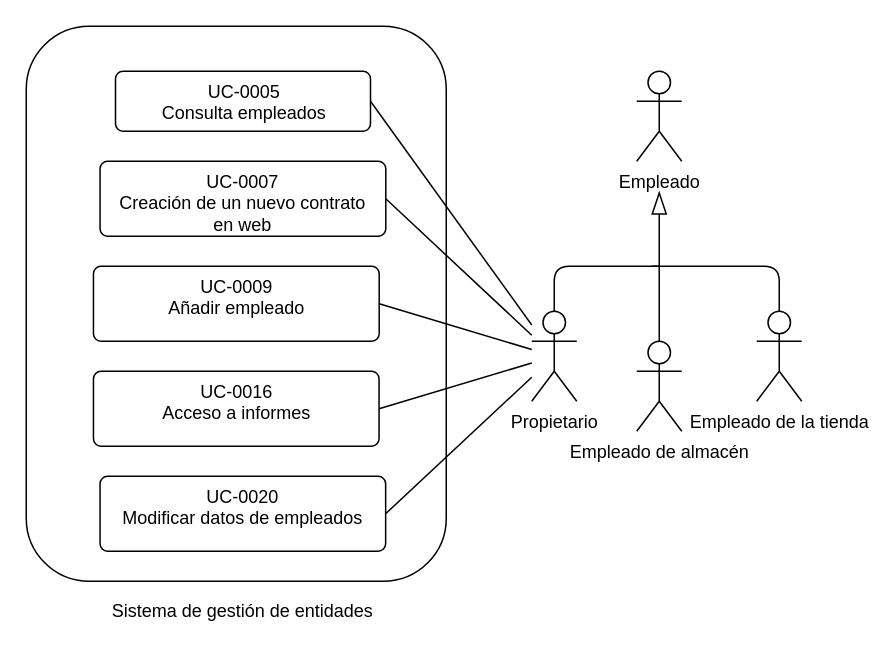
Before: page "Page-4" (4 of 4) of diagramas/diagramas de casos de uso/diagramasCasosDeUso.drawio in felipescalera/Proyecto-IR, a draw.io diagram. Source tidied: cells renumbered, new cells numbered last; positions are measured from the earlier drawing's top-left corner, leaving out a move shared by most shapes. Both pictures are drawn from the tidied source at 150%, with x=0, y=0 at pixel (26, 26).
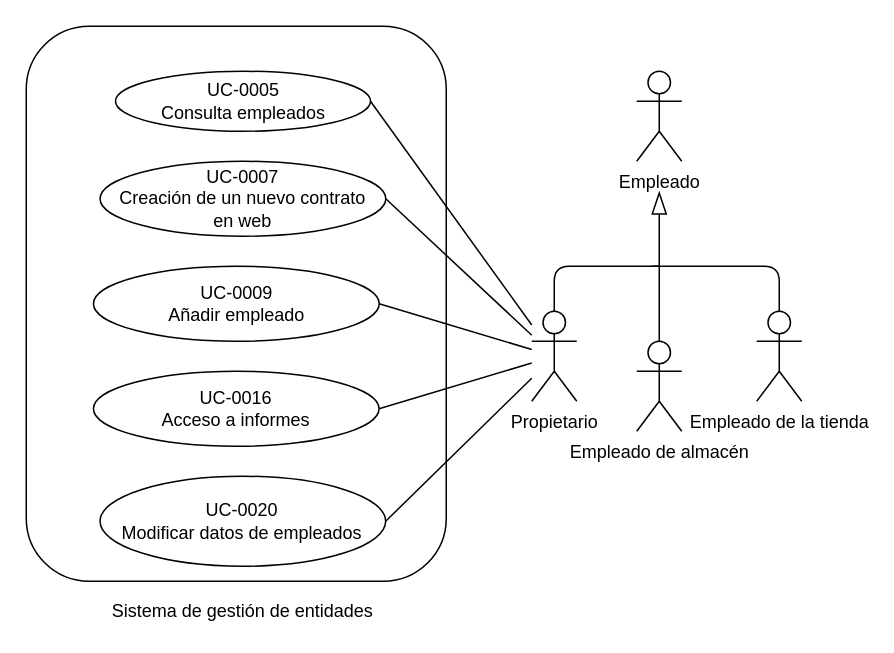
The same diagram, later.

The edit, as a diff of the source:
```diff
@@
-    <mxCell id="11" value="UC-0005&lt;br&gt;Consulta empleados" style="html=1;align=center;verticalAlign=top;rounded=1;absoluteArcSize=1;arcSize=10;dashed=0;" parent="1" vertex="1">
+    <mxCell id="11" value="UC-0005&lt;br&gt;Consulta empleados" style="ellipse;whiteSpace=wrap;html=1;" parent="1" vertex="1">
       <mxGeometry x="59.5" y="30" width="170" height="40" as="geometry" />
     </mxCell>
-    <mxCell id="12" value="UC-0007&lt;br&gt;Creación de un nuevo contrato &lt;br&gt;en web" style="html=1;align=center;verticalAlign=top;rounded=1;absoluteArcSize=1;arcSize=10;dashed=0;" parent="1" vertex="1">
+    <mxCell id="12" value="UC-0007&lt;br&gt;Creación de un nuevo contrato &lt;br&gt;en web" style="ellipse;whiteSpace=wrap;html=1;" parent="1" vertex="1">
       <mxGeometry x="49.2" y="90" width="190.5" height="50" as="geometry" />
     </mxCell>
-    <mxCell id="13" value="UC-0009&lt;br&gt;Añadir empleado" style="html=1;align=center;verticalAlign=top;rounded=1;absoluteArcSize=1;arcSize=10;dashed=0;" parent="1" vertex="1">
+    <mxCell id="13" value="UC-0009&lt;br&gt;Añadir empleado" style="ellipse;whiteSpace=wrap;html=1;" parent="1" vertex="1">
       <mxGeometry x="44.8" y="160" width="190.5" height="50" as="geometry" />
     </mxCell>
-    <mxCell id="14" value="UC-0020&lt;br&gt;Modificar datos de empleados" style="html=1;align=center;verticalAlign=top;rounded=1;absoluteArcSize=1;arcSize=10;dashed=0;" parent="1" vertex="1">
-      <mxGeometry x="49.2" y="300" width="190.4" height="50" as="geometry" />
+    <mxCell id="14" value="UC-0020&lt;br&gt;Modificar datos de empleados" style="ellipse;whiteSpace=wrap;html=1;" parent="1" vertex="1">
+      <mxGeometry x="49.2" y="300" width="190.4" height="60" as="geometry" />
     </mxCell>
@@
-    <mxCell id="19" value="UC-0016&lt;br&gt;Acceso a informes" style="html=1;align=center;verticalAlign=top;rounded=1;absoluteArcSize=1;arcSize=10;dashed=0;" parent="1" vertex="1">
+    <mxCell id="19" value="UC-0016&lt;br&gt;Acceso a informes" style="ellipse;whiteSpace=wrap;html=1;" parent="1" vertex="1">
       <mxGeometry x="44.8" y="230" width="190.4" height="50" as="geometry" />
     </mxCell>
```
